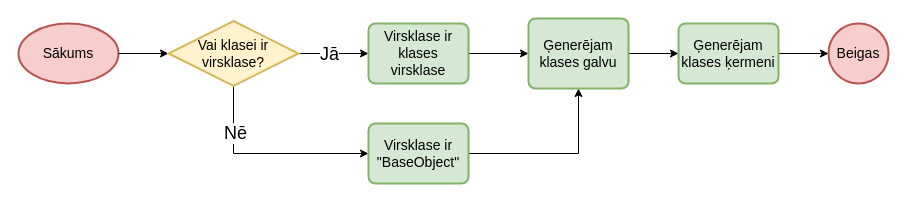
Above: page "Klases generēsana" (2 of 6) of src/Qualification project/Documentation/Diagrammas/Ģenerators.drawio in artiks12/webAppOS (draw.io), before the change. Source tidied: cells renumbered, new cells numbered last; positions are measured from the earlier drawing's top-left corner, leaving out a move shared by most shapes. Both pictures are drawn from the tidied source at 100%, with x=0, y=0 at pixel (18, 18).
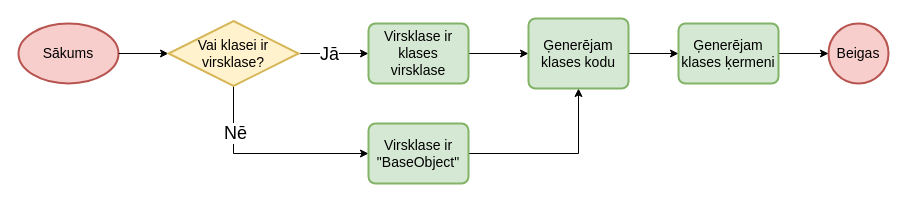
The same page after the edit.

Diff of the diagram source:
```diff
@@
 <mxGraphModel>
   <root>
     <mxCell id="0" />
     <mxCell id="1" parent="0" />
     <mxCell id="2" value="Sākums" style="strokeWidth=2;html=1;shape=mxgraph.flowchart.start_1;whiteSpace=wrap;fontSize=14;fillColor=#f8cecc;strokeColor=#b85450;" parent="1" vertex="1">
       <mxGeometry y="5" width="100" height="60" as="geometry" />
     </mxCell>
     <mxCell id="3" style="edgeStyle=orthogonalEdgeStyle;rounded=0;jettySize=auto;html=1;exitX=1;exitY=0.5;exitDx=0;exitDy=0;exitPerimeter=0;" parent="1" edge="1" source="2" target="8">
       <mxGeometry relative="1" as="geometry" />
     </mxCell>
     <mxCell id="4" style="edgeStyle=orthogonalEdgeStyle;rounded=0;jettySize=auto;html=1;" parent="1" edge="1" source="8" target="10">
       <mxGeometry relative="1" as="geometry" />
     </mxCell>
     <mxCell id="5" value="Jā" style="edgeLabel;html=1;align=center;verticalAlign=middle;fontSize=18;" parent="4" vertex="1">
       <mxGeometry x="-0.23" relative="1" as="geometry">
         <mxPoint x="3" as="offset" />
       </mxGeometry>
     </mxCell>
     <mxCell id="6" style="edgeStyle=orthogonalEdgeStyle;rounded=0;jettySize=auto;html=1;entryX=0;entryY=0.5;entryDx=0;entryDy=0;exitX=0.5;exitY=1;exitDx=0;exitDy=0;exitPerimeter=0;" parent="1" edge="1" source="8" target="13">
       <mxGeometry relative="1" as="geometry">
         <Array as="points">
           <mxPoint x="215" y="135" />
         </Array>
       </mxGeometry>
     </mxCell>
     <mxCell id="7" value="&lt;font style=&quot;font-size: 18px&quot;&gt;Nē&lt;/font&gt;" style="edgeLabel;html=1;align=center;verticalAlign=middle;" parent="6" vertex="1">
       <mxGeometry x="-0.54" y="1" relative="1" as="geometry" />
     </mxCell>
     <mxCell id="8" value="Vai klasei ir virsklase?" style="strokeWidth=2;html=1;shape=mxgraph.flowchart.decision;whiteSpace=wrap;fontSize=14;fillColor=#fff2cc;strokeColor=#d6b656;" parent="1" vertex="1">
       <mxGeometry x="150" y="2.5" width="130" height="65" as="geometry" />
     </mxCell>
     <mxCell id="9" style="edgeStyle=orthogonalEdgeStyle;rounded=0;jettySize=auto;html=1;fontSize=18;entryX=0;entryY=0.5;entryDx=0;entryDy=0;" parent="1" edge="1" source="10" target="16">
       <mxGeometry relative="1" as="geometry" />
     </mxCell>
     <mxCell id="10" value="Virsklase ir klases virsklase" style="rounded=1;whiteSpace=wrap;html=1;absoluteArcSize=1;arcSize=14;strokeWidth=2;fontSize=14;fillColor=#d5e8d4;strokeColor=#82b366;" parent="1" vertex="1">
       <mxGeometry x="350" y="5" width="100" height="60" as="geometry" />
     </mxCell>
     <mxCell id="11" value="Beigas" style="strokeWidth=2;html=1;shape=mxgraph.flowchart.start_2;whiteSpace=wrap;fontSize=14;fillColor=#f8cecc;strokeColor=#b85450;" parent="1" vertex="1">
       <mxGeometry x="810" y="5" width="60" height="60" as="geometry" />
     </mxCell>
     <mxCell id="12" style="edgeStyle=orthogonalEdgeStyle;rounded=0;jettySize=auto;html=1;entryX=0.5;entryY=1;entryDx=0;entryDy=0;fontSize=18;" parent="1" edge="1" source="13" target="16">
       <mxGeometry relative="1" as="geometry" />
     </mxCell>
     <mxCell id="13" value="Virsklase ir &quot;BaseObject&quot;" style="rounded=1;whiteSpace=wrap;html=1;absoluteArcSize=1;arcSize=14;strokeWidth=2;fontSize=14;fillColor=#d5e8d4;strokeColor=#82b366;" parent="1" vertex="1">
       <mxGeometry x="350" y="105" width="100" height="60" as="geometry" />
     </mxCell>
     <mxCell id="14" style="edgeStyle=orthogonalEdgeStyle;rounded=0;jettySize=auto;html=1;fontSize=18;exitX=1;exitY=0.5;exitDx=0;exitDy=0;" parent="1" edge="1" source="17" target="11">
       <mxGeometry relative="1" as="geometry" />
     </mxCell>
     <mxCell id="15" style="edgeStyle=orthogonalEdgeStyle;rounded=0;jettySize=auto;html=1;entryX=0;entryY=0.5;entryDx=0;entryDy=0;fontSize=18;" parent="1" edge="1" source="16" target="17">
       <mxGeometry relative="1" as="geometry" />
     </mxCell>
-    <mxCell id="16" value="Ģenerējam klases galvu" style="rounded=1;whiteSpace=wrap;html=1;absoluteArcSize=1;arcSize=14;strokeWidth=2;fontSize=14;fillColor=#d5e8d4;strokeColor=#82b366;" parent="1" vertex="1">
+    <mxCell id="16" value="Ģenerējam klases kodu" style="rounded=1;whiteSpace=wrap;html=1;absoluteArcSize=1;arcSize=14;strokeWidth=2;fontSize=14;fillColor=#d5e8d4;strokeColor=#82b366;" parent="1" vertex="1">
       <mxGeometry x="510" width="100" height="70" as="geometry" />
     </mxCell>
     <mxCell id="17" value="Ģenerējam klases ķermeni" style="rounded=1;whiteSpace=wrap;html=1;absoluteArcSize=1;arcSize=14;strokeWidth=2;fontSize=14;fillColor=#d5e8d4;strokeColor=#82b366;" parent="1" vertex="1">
       <mxGeometry x="660" y="5" width="100" height="60" as="geometry" />
     </mxCell>
   </root>
 </mxGraphModel>
```
